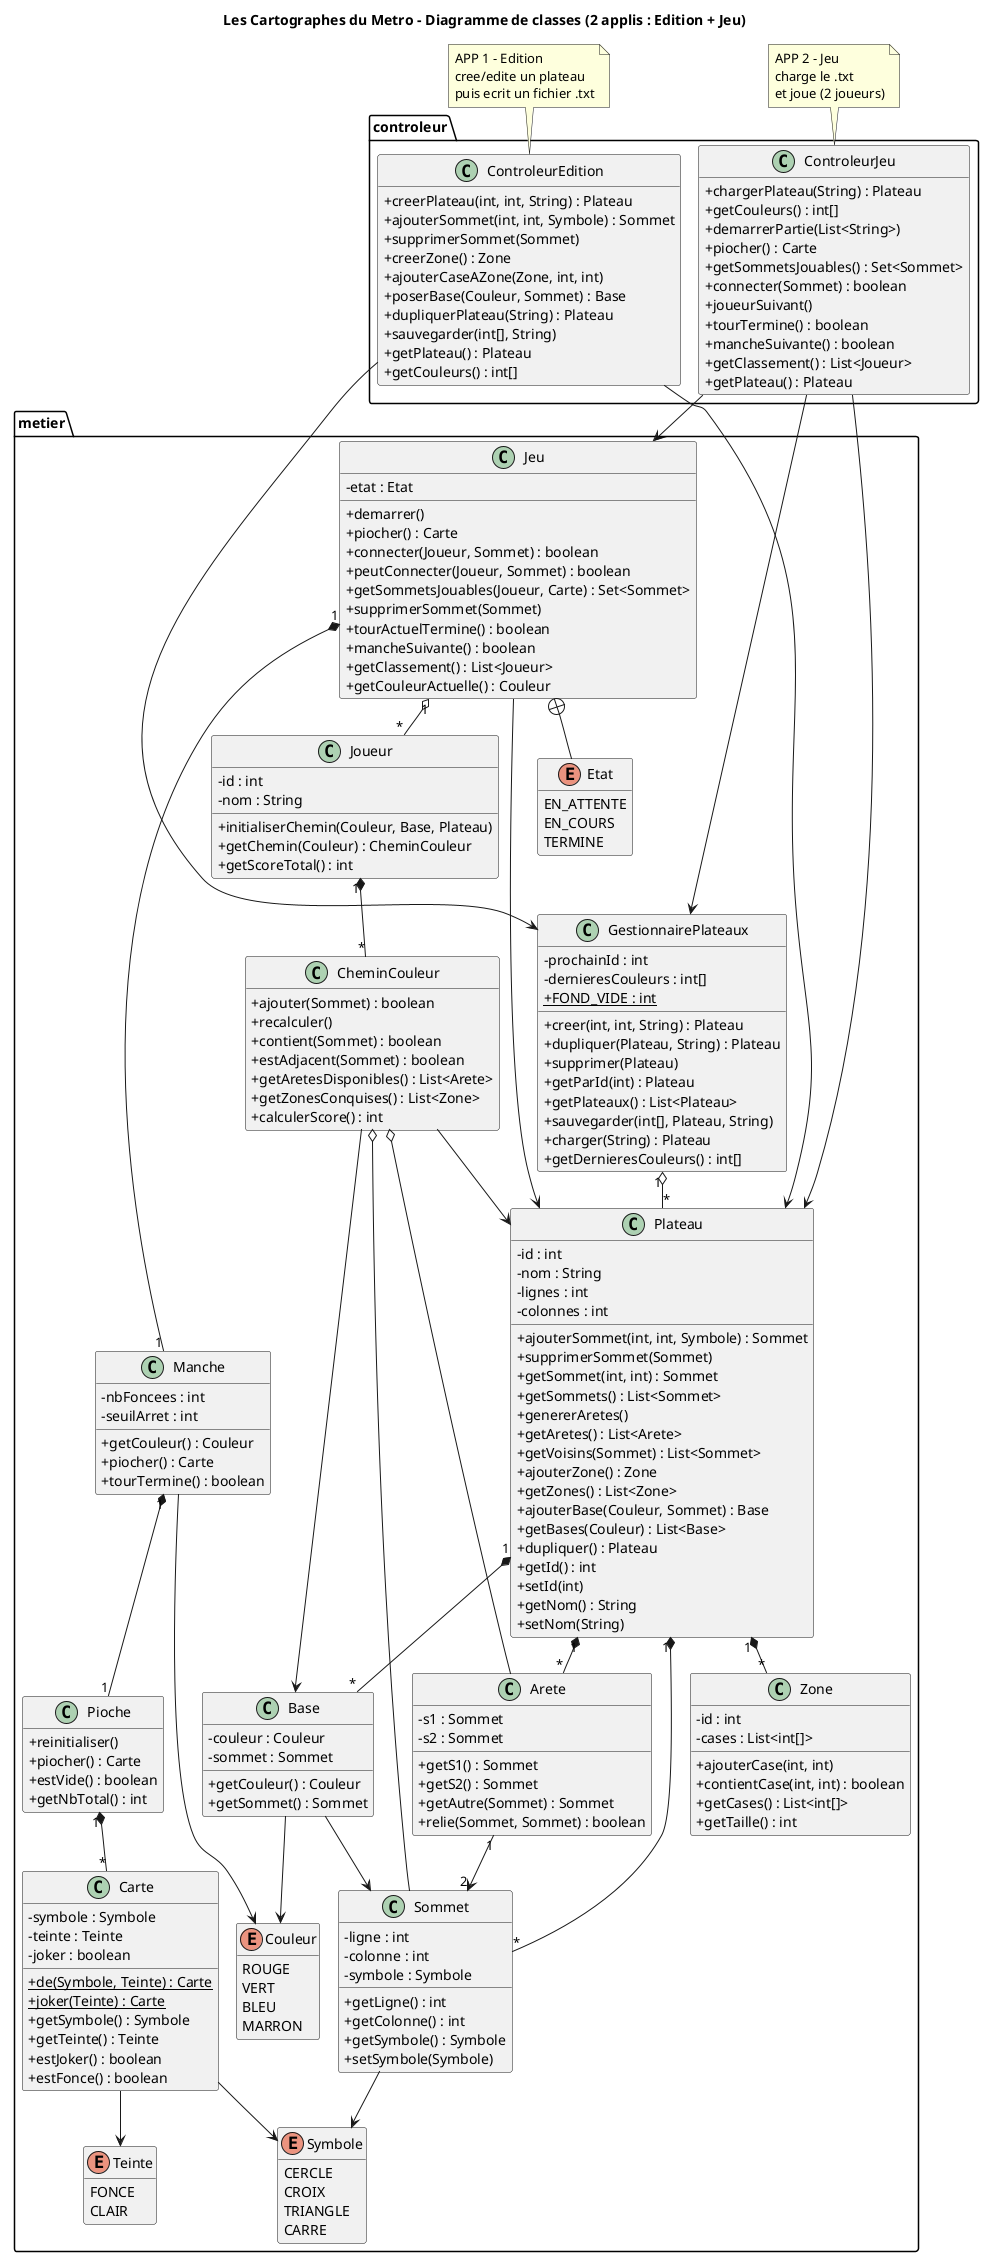
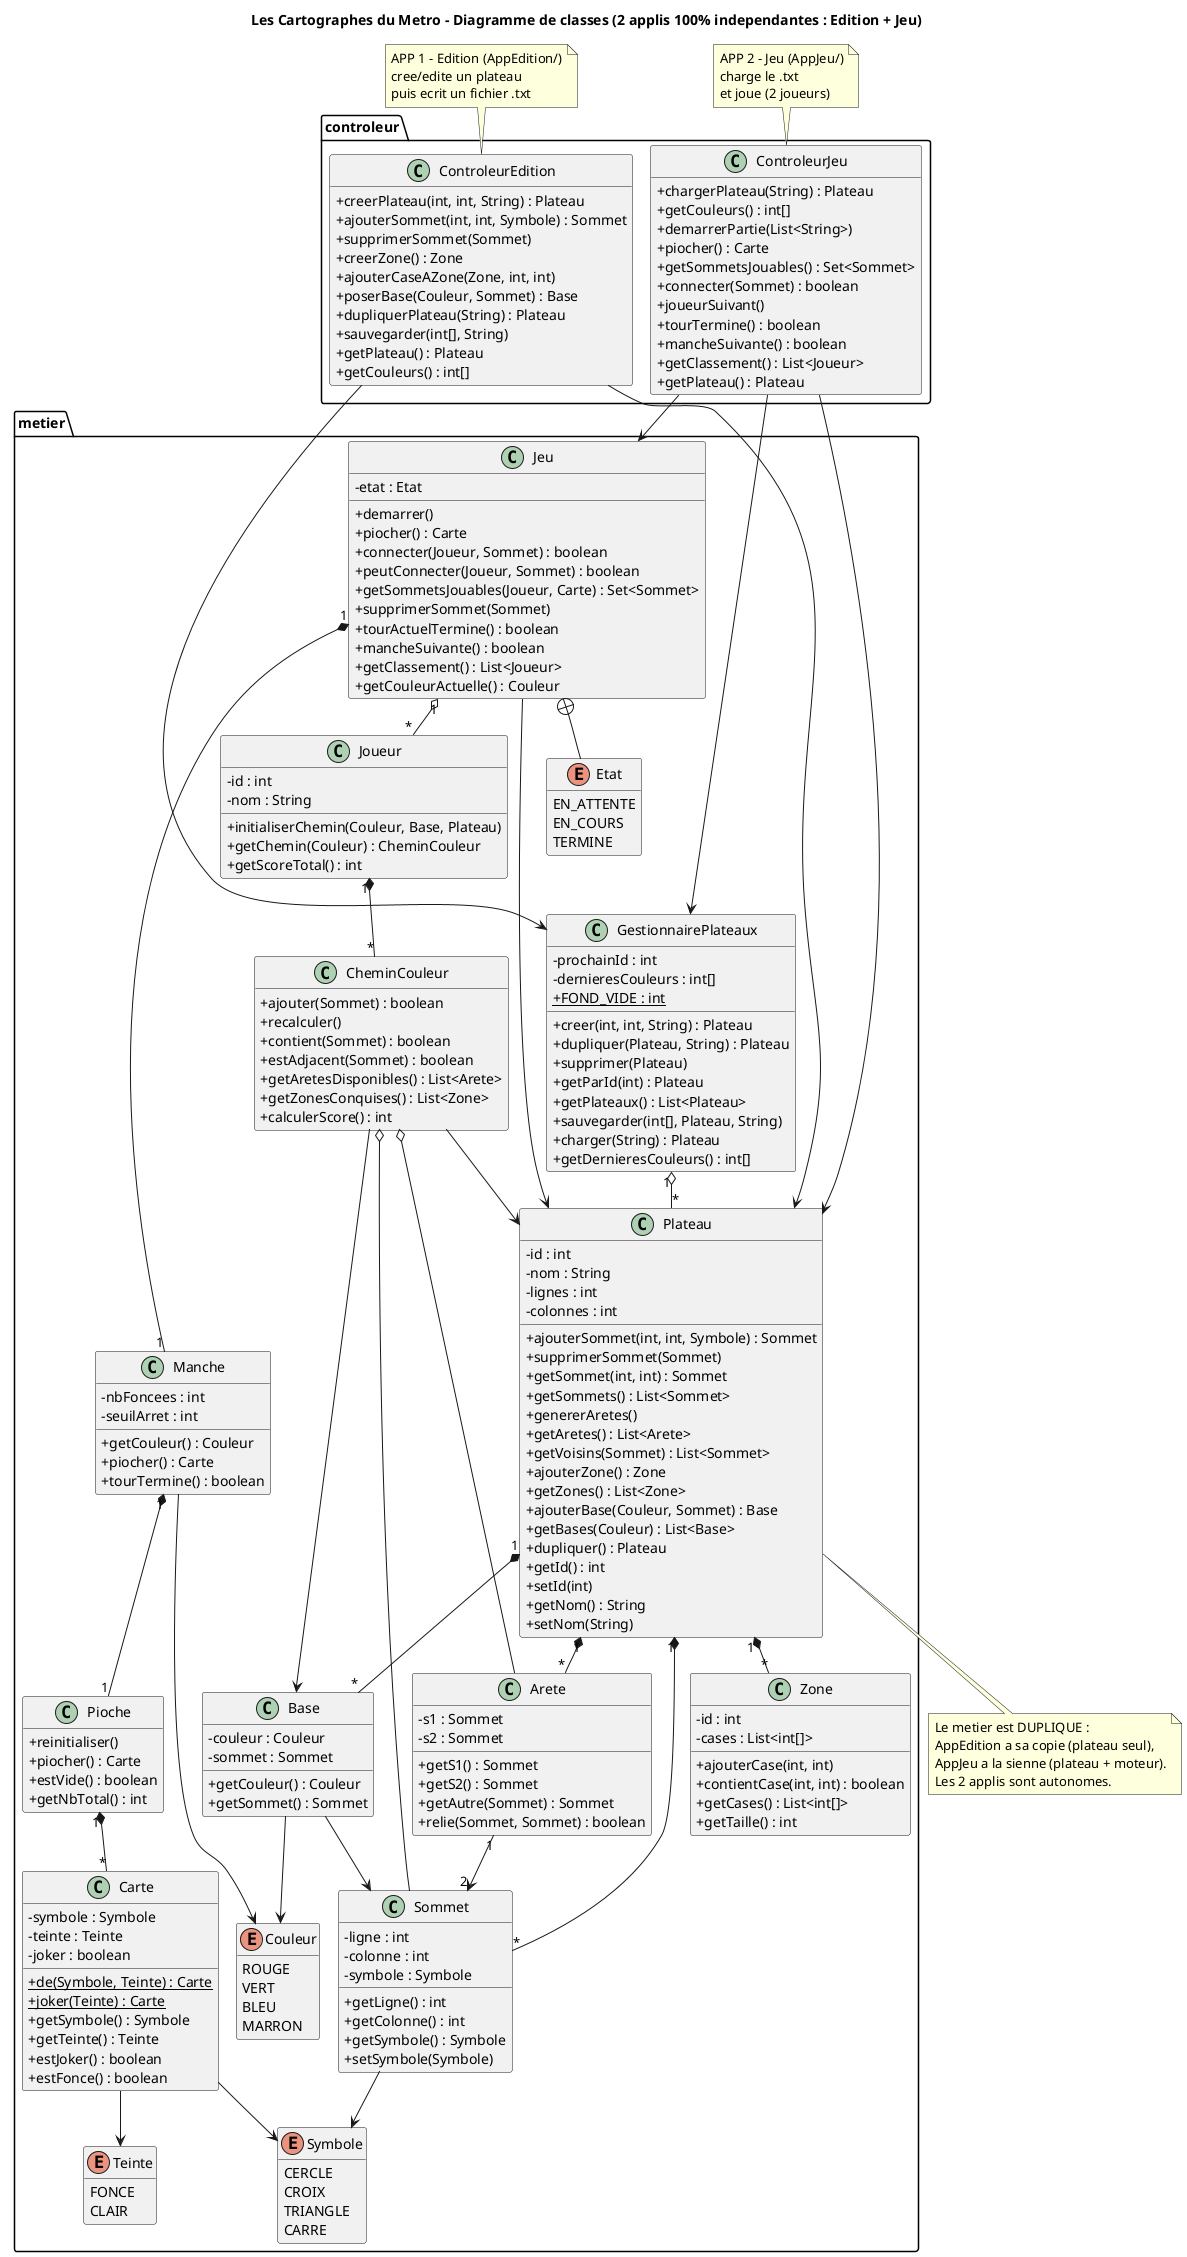
@startuml Cartographes-du-Metro
!pragma layout smetana
- title Les Cartographes du Metro - Diagramme de classes (2 applis : Edition + Jeu)
+ title Les Cartographes du Metro - Diagramme de classes (2 applis 100% independantes : Edition + Jeu)

skinparam classAttributeIconSize 0
hide empty members

' ===================== METIER (PARTAGE) =====================
package metier <<Folder>> {

enum Symbole {
  CERCLE
  CROIX
  TRIANGLE
  CARRE
}

enum Couleur {
  ROUGE
  VERT
  BLEU
  MARRON
}

enum Teinte {
  FONCE
  CLAIR
}

class Sommet {
  - ligne : int
  - colonne : int
  - symbole : Symbole
  + getLigne() : int
  + getColonne() : int
  + getSymbole() : Symbole
  + setSymbole(Symbole)
}

class Arete {
  - s1 : Sommet
  - s2 : Sommet
  + getS1() : Sommet
  + getS2() : Sommet
  + getAutre(Sommet) : Sommet
  + relie(Sommet, Sommet) : boolean
}

class Zone {
  - id : int
  - cases : List<int[]>
  + ajouterCase(int, int)
  + contientCase(int, int) : boolean
  + getCases() : List<int[]>
  + getTaille() : int
}

class Base {
  - couleur : Couleur
  - sommet : Sommet
  + getCouleur() : Couleur
  + getSommet() : Sommet
}

class Plateau {
  - id : int
  - nom : String
  - lignes : int
  - colonnes : int
  + ajouterSommet(int, int, Symbole) : Sommet
  + supprimerSommet(Sommet)
  + getSommet(int, int) : Sommet
  + getSommets() : List<Sommet>
  + genererAretes()
  + getAretes() : List<Arete>
  + getVoisins(Sommet) : List<Sommet>
  + ajouterZone() : Zone
  + getZones() : List<Zone>
  + ajouterBase(Couleur, Sommet) : Base
  + getBases(Couleur) : List<Base>
  + dupliquer() : Plateau
  + getId() : int
  + setId(int)
  + getNom() : String
  + setNom(String)
}

class GestionnairePlateaux {
  - prochainId : int
  - dernieresCouleurs : int[]
  + {static} FOND_VIDE : int
  + creer(int, int, String) : Plateau
  + dupliquer(Plateau, String) : Plateau
  + supprimer(Plateau)
  + getParId(int) : Plateau
  + getPlateaux() : List<Plateau>
  + sauvegarder(int[], Plateau, String)
  + charger(String) : Plateau
  + getDernieresCouleurs() : int[]
}

class Carte {
  - symbole : Symbole
  - teinte : Teinte
  - joker : boolean
  + {static} de(Symbole, Teinte) : Carte
  + {static} joker(Teinte) : Carte
  + getSymbole() : Symbole
  + getTeinte() : Teinte
  + estJoker() : boolean
  + estFonce() : boolean
}

class Pioche {
  + reinitialiser()
  + piocher() : Carte
  + estVide() : boolean
  + getNbTotal() : int
}

class Manche {
  - nbFoncees : int
  - seuilArret : int
  + getCouleur() : Couleur
  + piocher() : Carte
  + tourTermine() : boolean
}

class CheminCouleur {
  + ajouter(Sommet) : boolean
  + recalculer()
  + contient(Sommet) : boolean
  + estAdjacent(Sommet) : boolean
  + getAretesDisponibles() : List<Arete>
  + getZonesConquises() : List<Zone>
  + calculerScore() : int
}

class Joueur {
  - id : int
  - nom : String
  + initialiserChemin(Couleur, Base, Plateau)
  + getChemin(Couleur) : CheminCouleur
  + getScoreTotal() : int
}

class Jeu {
  - etat : Etat
  + demarrer()
  + piocher() : Carte
  + connecter(Joueur, Sommet) : boolean
  + peutConnecter(Joueur, Sommet) : boolean
  + getSommetsJouables(Joueur, Carte) : Set<Sommet>
  + supprimerSommet(Sommet)
  + tourActuelTermine() : boolean
  + mancheSuivante() : boolean
  + getClassement() : List<Joueur>
  + getCouleurActuelle() : Couleur
}

enum Etat {
  EN_ATTENTE
  EN_COURS
  TERMINE
}
}

' ===================== CONTROLEURS (1 par appli) =====================
package controleur <<Folder>> {

class ControleurEdition {
  + creerPlateau(int, int, String) : Plateau
  + ajouterSommet(int, int, Symbole) : Sommet
  + supprimerSommet(Sommet)
  + creerZone() : Zone
  + ajouterCaseAZone(Zone, int, int)
  + poserBase(Couleur, Sommet) : Base
  + dupliquerPlateau(String) : Plateau
  + sauvegarder(int[], String)
  + getPlateau() : Plateau
  + getCouleurs() : int[]
}

class ControleurJeu {
  + chargerPlateau(String) : Plateau
  + getCouleurs() : int[]
  + demarrerPartie(List<String>)
  + piocher() : Carte
  + getSommetsJouables() : Set<Sommet>
  + connecter(Sommet) : boolean
  + joueurSuivant()
  + tourTermine() : boolean
  + mancheSuivante() : boolean
  + getClassement() : List<Joueur>
  + getPlateau() : Plateau
}
}

- note top of ControleurEdition : APP 1 - Edition\ncree/edite un plateau\npuis ecrit un fichier .txt
- note top of ControleurJeu : APP 2 - Jeu\ncharge le .txt\net joue (2 joueurs)
+ note top of ControleurEdition : APP 1 - Edition (AppEdition/)\ncree/edite un plateau\npuis ecrit un fichier .txt
+ note top of ControleurJeu : APP 2 - Jeu (AppJeu/)\ncharge le .txt\net joue (2 joueurs)
+ note bottom of Plateau : Le metier est DUPLIQUE :\nAppEdition a sa copie (plateau seul),\nAppJeu a la sienne (plateau + moteur).\nLes 2 applis sont autonomes.

' ===================== RELATIONS =====================

' Composition du plateau
Plateau "1" *-- "*" Sommet
Plateau "1" *-- "*" Arete
Plateau "1" *-- "*" Zone
Plateau "1" *-- "*" Base

Arete "1" --> "2" Sommet
Base --> Sommet
Base --> Couleur
Sommet --> Symbole

' Cartes
Carte --> Symbole
Carte --> Teinte
Pioche "1" *-- "*" Carte
Manche "1" *-- "1" Pioche
Manche --> Couleur

' Reseau d'un joueur
CheminCouleur --> Plateau
CheminCouleur --> Base
CheminCouleur o-- Sommet
CheminCouleur o-- Arete

' Joueur / Jeu
Joueur "1" *-- "*" CheminCouleur
Jeu --> Plateau
Jeu "1" o-- "*" Joueur
Jeu "1" *-- "1" Manche
Jeu +-- Etat

' Gestion & controleurs
GestionnairePlateaux "1" o-- "*" Plateau

ControleurEdition --> GestionnairePlateaux
ControleurEdition --> Plateau

ControleurJeu --> GestionnairePlateaux
ControleurJeu --> Plateau
ControleurJeu --> Jeu

@enduml
